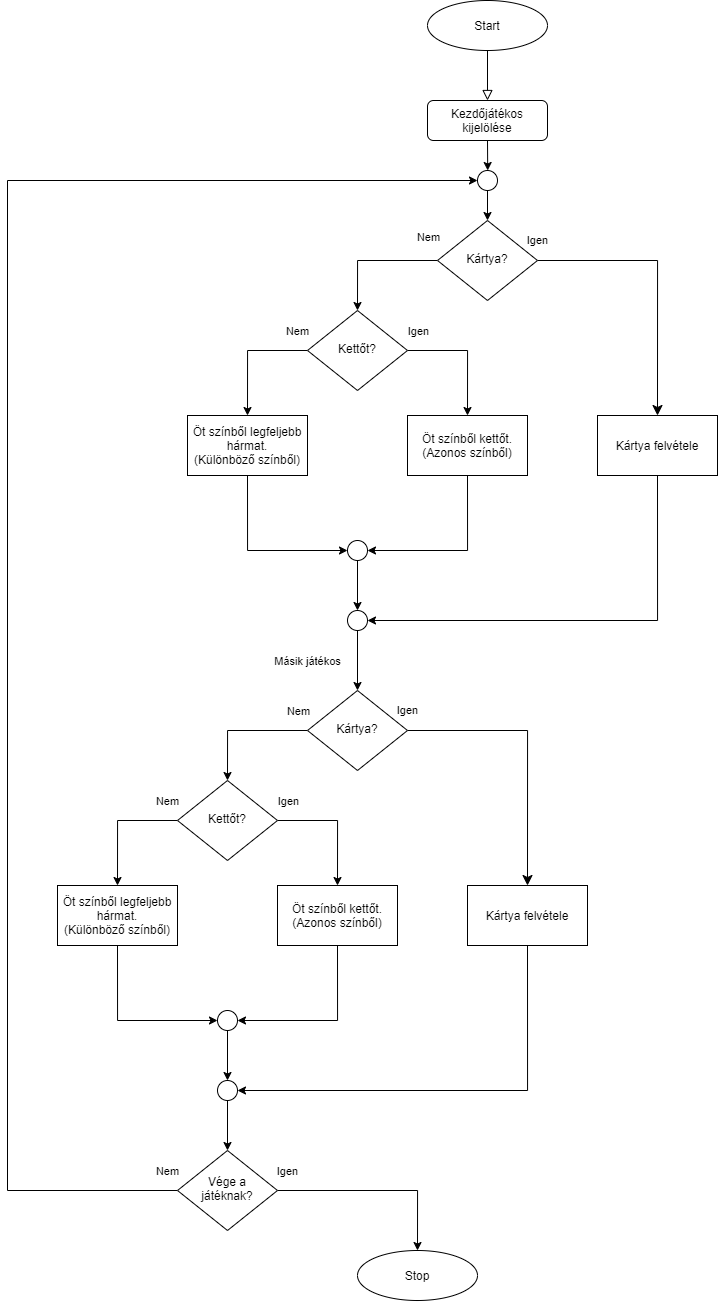
This is DOCS/Splendor flowchart.png from KollarMaTT/Szakdolgozat, a draw.io export, as it was before one commit. Source tidied: cells renumbered, new cells last; positions are measured from the earlier drawing's top-left corner, leaving out a move shared by most shapes.
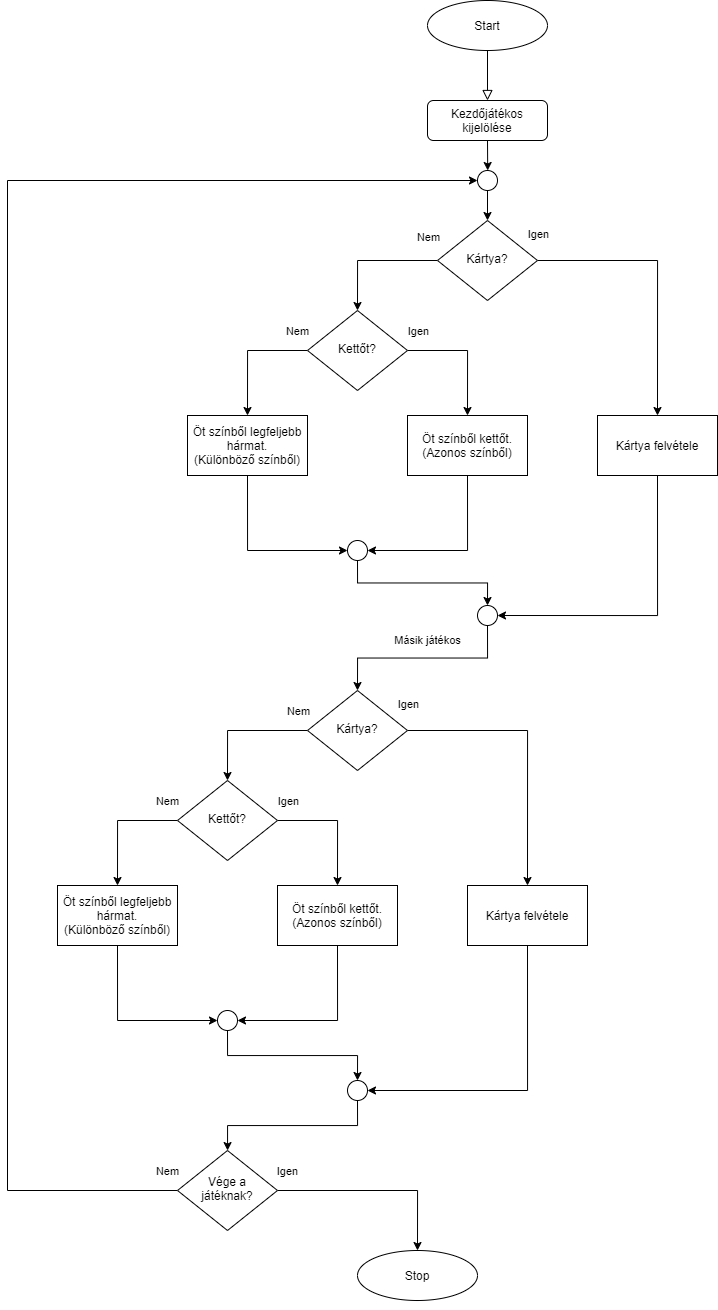
The same diagram one commit later.

Commit message:
Folyamatabra javitasa

Diff of the diagram source:
```diff
@@ -10,9 +10,6 @@
     <mxCell id="3" value="Kezdőjátékos kijelölése" style="rounded=1;whiteSpace=wrap;html=1;fontSize=12;glass=0;strokeWidth=1;shadow=0;" parent="1" vertex="1">
       <mxGeometry x="420" y="100" width="120" height="40" as="geometry" />
     </mxCell>
-    <mxCell id="4" value="Igen" style="edgeStyle=orthogonalEdgeStyle;rounded=0;html=1;jettySize=auto;fontSize=11;endArrow=classic;endFill=1;endSize=8;strokeWidth=1;shadow=0;labelBackgroundColor=none;entryX=0.5;entryY=0;entryDx=0;entryDy=0;" parent="1" edge="1" source="7" target="19">
-      <mxGeometry x="-1" y="20" relative="1" as="geometry" />
-    </mxCell>
     <mxCell id="5" style="edgeStyle=orthogonalEdgeStyle;rounded=0;jettySize=auto;html=1;exitX=0;exitY=0.5;exitDx=0;exitDy=0;entryX=0.5;entryY=0;entryDx=0;entryDy=0;endArrow=classic;endFill=1;" parent="1" edge="1" source="7" target="12">
       <mxGeometry relative="1" as="geometry" />
     </mxCell>
@@ -21,6 +18,9 @@
         <mxPoint x="72" y="-27" as="offset" />
       </mxGeometry>
     </mxCell>
+    <mxCell id="4" style="edgeStyle=orthogonalEdgeStyle;rounded=0;jettySize=auto;html=1;exitX=1;exitY=0.5;exitDx=0;exitDy=0;entryX=0.5;entryY=0;entryDx=0;entryDy=0;" parent="1" edge="1" source="7" target="19">
+      <mxGeometry relative="1" as="geometry" />
+    </mxCell>
     <mxCell id="7" value="Kártya?" style="rhombus;whiteSpace=wrap;html=1;shadow=0;fontFamily=Helvetica;fontSize=12;align=center;strokeWidth=1;spacing=6;spacingTop=-4;" parent="1" vertex="1">
       <mxGeometry x="430" y="220" width="100" height="80" as="geometry" />
     </mxCell>
@@ -76,7 +76,7 @@
     <mxCell id="23" value="Öt színből legfeljebb hármat.&lt;br&gt;(Különböző színből)" style="rounded=0;whiteSpace=wrap;html=1;" parent="1" vertex="1">
       <mxGeometry x="180" y="415" width="120" height="60" as="geometry" />
     </mxCell>
-    <mxCell id="24" style="edgeStyle=none;rounded=0;jettySize=auto;html=1;exitX=0.5;exitY=1;exitDx=0;exitDy=0;entryX=0.5;entryY=0;entryDx=0;entryDy=0;endArrow=classic;endFill=1;" parent="1" edge="1" source="25" target="29">
+    <mxCell id="24" style="edgeStyle=orthogonalEdgeStyle;rounded=0;jettySize=auto;html=1;exitX=0.5;exitY=1;exitDx=0;exitDy=0;entryX=0.5;entryY=0;entryDx=0;entryDy=0;endArrow=classic;endFill=1;" parent="1" edge="1" source="25" target="29">
       <mxGeometry relative="1" as="geometry" />
     </mxCell>
     <mxCell id="25" style="ellipse;whiteSpace=wrap;html=1;" parent="1" vertex="1">
@@ -96,15 +96,12 @@
         <mxPoint x="24" y="-20" as="offset" />
       </mxGeometry>
     </mxCell>
-    <mxCell id="28" value="Másik játékos" style="edgeStyle=none;rounded=0;jettySize=auto;html=1;exitX=0.5;exitY=1;exitDx=0;exitDy=0;entryX=0.5;entryY=0;entryDx=0;entryDy=0;endArrow=classic;endFill=1;" parent="1" edge="1" source="29" target="33">
-      <mxGeometry y="-50" relative="1" as="geometry" />
+    <mxCell id="28" value="Másik játékos" style="edgeStyle=orthogonalEdgeStyle;rounded=0;jettySize=auto;html=1;exitX=0.5;exitY=1;exitDx=0;exitDy=0;entryX=0.5;entryY=0;entryDx=0;entryDy=0;endArrow=classic;endFill=1;" parent="1" edge="1" source="29" target="33">
+      <mxGeometry x="-0.05" y="-18" relative="1" as="geometry" />
     </mxCell>
     <mxCell id="29" style="ellipse;whiteSpace=wrap;html=1;" parent="1" vertex="1">
-      <mxGeometry x="340" y="610" width="20" height="20" as="geometry" />
+      <mxGeometry x="470" y="605" width="20" height="20" as="geometry" />
     </mxCell>
-    <mxCell id="30" value="Igen" style="edgeStyle=orthogonalEdgeStyle;rounded=0;html=1;jettySize=auto;fontSize=11;endArrow=classic;endFill=1;endSize=8;strokeWidth=1;shadow=0;labelBackgroundColor=none;entryX=0.5;entryY=0;entryDx=0;entryDy=0;" parent="1" edge="1" source="33" target="40">
-      <mxGeometry x="-1" y="20" relative="1" as="geometry" />
-    </mxCell>
     <mxCell id="31" style="edgeStyle=orthogonalEdgeStyle;rounded=0;jettySize=auto;html=1;exitX=0;exitY=0.5;exitDx=0;exitDy=0;entryX=0.5;entryY=0;entryDx=0;entryDy=0;endArrow=classic;endFill=1;" parent="1" edge="1" source="33" target="38">
       <mxGeometry relative="1" as="geometry" />
     </mxCell>
@@ -113,6 +110,9 @@
         <mxPoint x="72" y="-23" as="offset" />
       </mxGeometry>
     </mxCell>
+    <mxCell id="30" style="edgeStyle=orthogonalEdgeStyle;rounded=0;jettySize=auto;html=1;exitX=1;exitY=0.5;exitDx=0;exitDy=0;entryX=0.5;entryY=0;entryDx=0;entryDy=0;" parent="1" edge="1" source="33" target="40">
+      <mxGeometry relative="1" as="geometry" />
+    </mxCell>
     <mxCell id="33" value="Kártya?" style="rhombus;whiteSpace=wrap;html=1;shadow=0;fontFamily=Helvetica;fontSize=12;align=center;strokeWidth=1;spacing=6;spacingTop=-4;" parent="1" vertex="1">
       <mxGeometry x="300" y="690" width="100" height="80" as="geometry" />
     </mxCell>
@@ -153,17 +153,17 @@
     <mxCell id="44" value="Öt színből legfeljebb hármat.&lt;br&gt;(Különböző színből)" style="rounded=0;whiteSpace=wrap;html=1;" parent="1" vertex="1">
       <mxGeometry x="50" y="885" width="120" height="60" as="geometry" />
     </mxCell>
-    <mxCell id="45" style="edgeStyle=none;rounded=0;jettySize=auto;html=1;exitX=0.5;exitY=1;exitDx=0;exitDy=0;entryX=0.5;entryY=0;entryDx=0;entryDy=0;endArrow=classic;endFill=1;" parent="1" edge="1" source="46" target="48">
+    <mxCell id="45" style="edgeStyle=orthogonalEdgeStyle;rounded=0;jettySize=auto;html=1;exitX=0.5;exitY=1;exitDx=0;exitDy=0;entryX=0.5;entryY=0;entryDx=0;entryDy=0;endArrow=classic;endFill=1;" parent="1" edge="1" source="46" target="48">
       <mxGeometry relative="1" as="geometry" />
     </mxCell>
     <mxCell id="46" style="ellipse;whiteSpace=wrap;html=1;" parent="1" vertex="1">
       <mxGeometry x="210" y="1010" width="20" height="20" as="geometry" />
     </mxCell>
-    <mxCell id="47" style="edgeStyle=none;rounded=0;jettySize=auto;html=1;exitX=0.5;exitY=1;exitDx=0;exitDy=0;endArrow=classic;endFill=1;" parent="1" edge="1" source="48" target="51">
+    <mxCell id="47" style="edgeStyle=orthogonalEdgeStyle;rounded=0;jettySize=auto;html=1;exitX=0.5;exitY=1;exitDx=0;exitDy=0;endArrow=classic;endFill=1;" parent="1" edge="1" source="48" target="51">
       <mxGeometry relative="1" as="geometry" />
     </mxCell>
     <mxCell id="48" style="ellipse;whiteSpace=wrap;html=1;" parent="1" vertex="1">
-      <mxGeometry x="210" y="1080" width="20" height="20" as="geometry" />
+      <mxGeometry x="340" y="1080" width="20" height="20" as="geometry" />
     </mxCell>
     <mxCell id="49" style="edgeStyle=orthogonalEdgeStyle;rounded=0;jettySize=auto;html=1;exitX=1;exitY=0.5;exitDx=0;exitDy=0;entryX=0.5;entryY=0;entryDx=0;entryDy=0;endArrow=classic;endFill=1;" parent="1" edge="1" source="51" target="52">
       <mxGeometry relative="1" as="geometry" />
@@ -182,5 +182,15 @@
     <mxCell id="53" style="edgeStyle=orthogonalEdgeStyle;rounded=0;orthogonalLoop=1;jettySize=auto;html=1;exitX=0.5;exitY=1;exitDx=0;exitDy=0;endArrow=classic;endFill=1;" parent="1" edge="1" source="52" target="52">
       <mxGeometry relative="1" as="geometry" />
     </mxCell>
+    <mxCell id="54" value="Igen" style="edgeLabel;html=1;align=center;verticalAlign=middle;" parent="1" vertex="1">
+      <mxGeometry x="380" y="270" as="geometry">
+        <mxPoint x="150" y="-37" as="offset" />
+      </mxGeometry>
+    </mxCell>
+    <mxCell id="55" value="Igen" style="edgeLabel;html=1;align=center;verticalAlign=middle;" parent="1" vertex="1">
+      <mxGeometry x="250" y="740" as="geometry">
+        <mxPoint x="150" y="-37" as="offset" />
+      </mxGeometry>
+    </mxCell>
   </root>
 </mxGraphModel>
```
